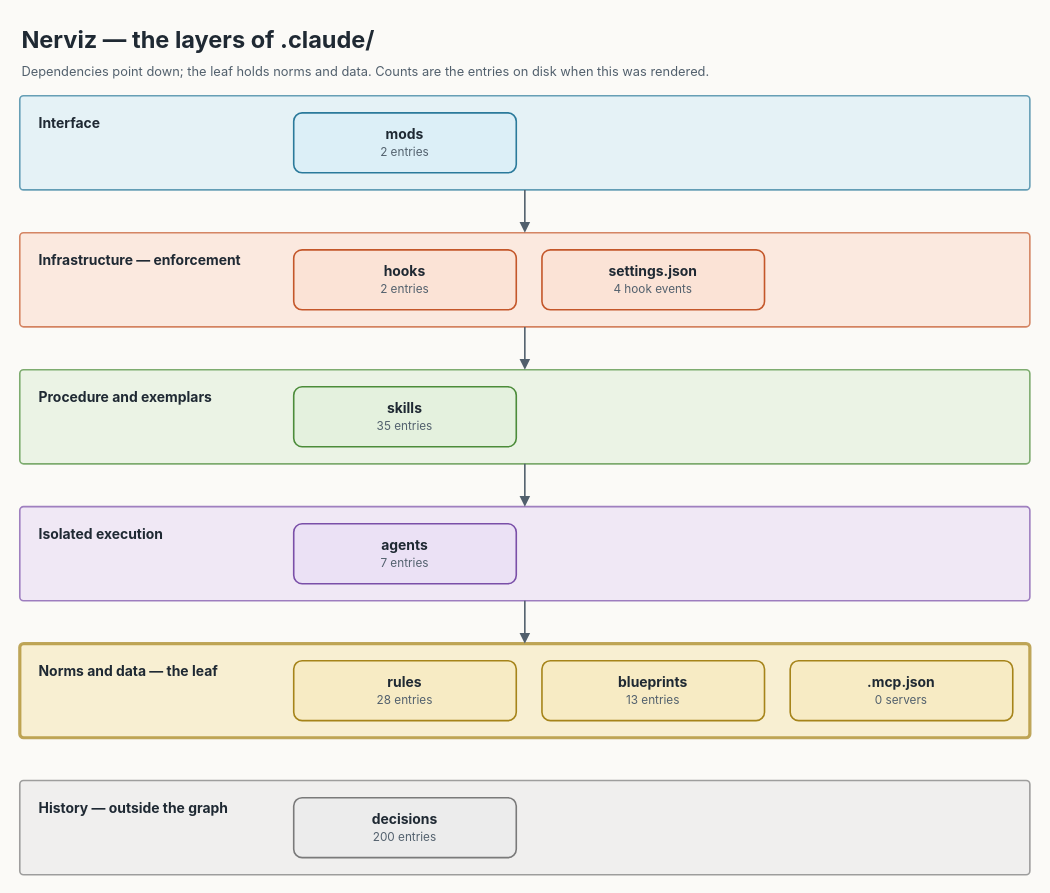
Above: docs/diagrams/layers/layers.drawio in nerviz-ai/nerviz (draw.io), before the change. Source tidied: cells renumbered, new cells numbered last; positions are measured from the earlier drawing's top-left corner, leaving out a move shared by most shapes. Both pictures are drawn from the tidied source at 107%, with x=0, y=0 at pixel (19, 18).
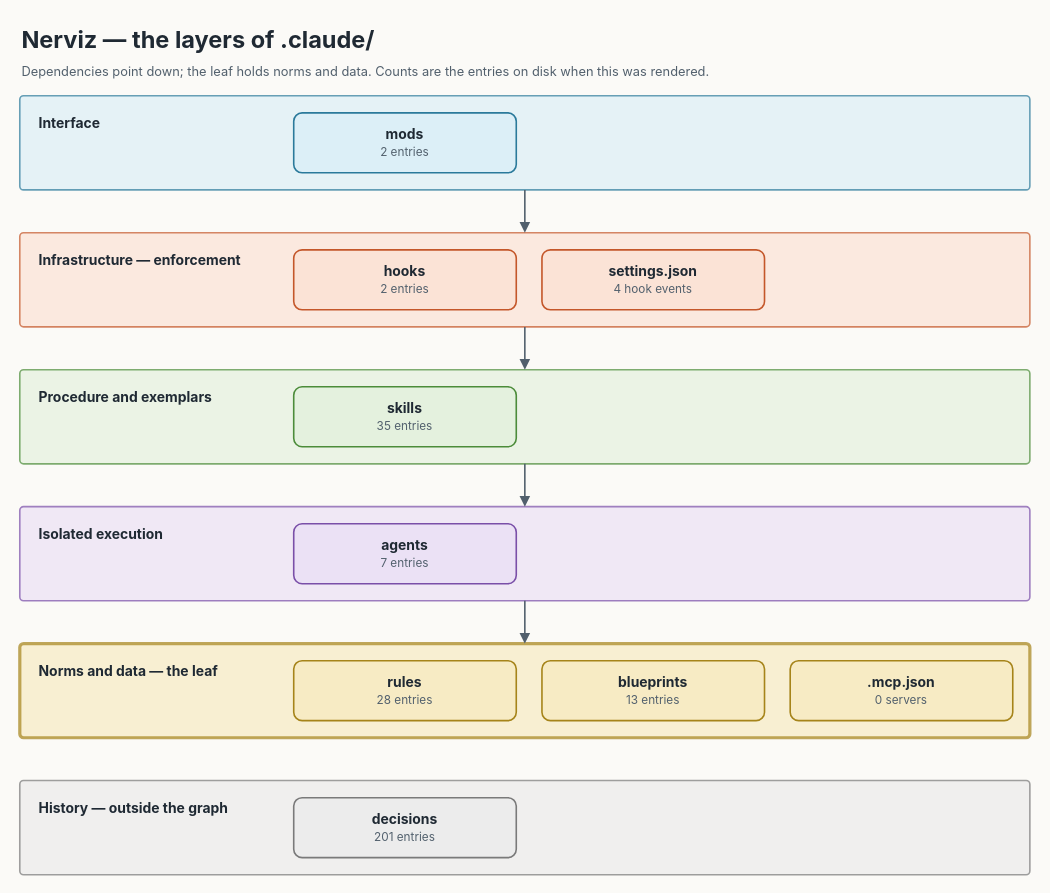
Above is the later version.

The edit, as a diff of the source:
```diff
@@
-    <mxCell id="17" value="&lt;b&gt;decisions&lt;/b&gt;&lt;br/&gt;&lt;font style=&quot;font-size:11px&quot; color=&quot;#52606D&quot;&gt;200 entries&lt;/font&gt;" style="rounded=1;arcSize=14;html=1;whiteSpace=wrap;fontSize=13;fontFamily=Inter;fontColor=#1F2933;fillColor=#ECECEC;strokeColor=#7A7A7A;strokeWidth=1.5;" parent="1" vertex="1">
+    <mxCell id="17" value="&lt;b&gt;decisions&lt;/b&gt;&lt;br/&gt;&lt;font style=&quot;font-size:11px&quot; color=&quot;#52606D&quot;&gt;201 entries&lt;/font&gt;" style="rounded=1;arcSize=14;html=1;whiteSpace=wrap;fontSize=13;fontFamily=Inter;fontColor=#1F2933;fillColor=#ECECEC;strokeColor=#7A7A7A;strokeWidth=1.5;" parent="1" vertex="1">
       <mxGeometry x="256" y="728" width="208" height="56" as="geometry" />
     </mxCell>
```
